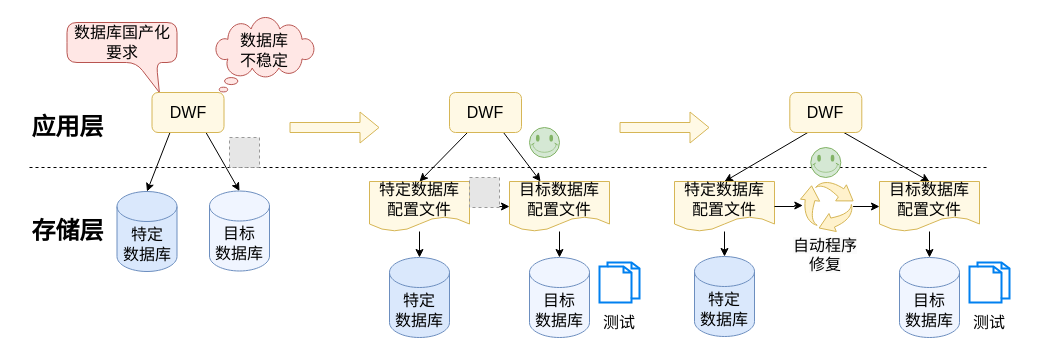
The draw.io diagram 开题报告/motivation.drawio in Olive-2019/drawio-source, before the edit. Source tidied: cells renumbered, new cells numbered last; positions are measured from the earlier drawing's top-left corner, leaving out a move shared by most shapes. Both pictures are drawn from the tidied source at 100%, with x=0, y=0 at pixel (17, 17). Pictures stored in the file or linked from it are replaced by grey dashed boxes.
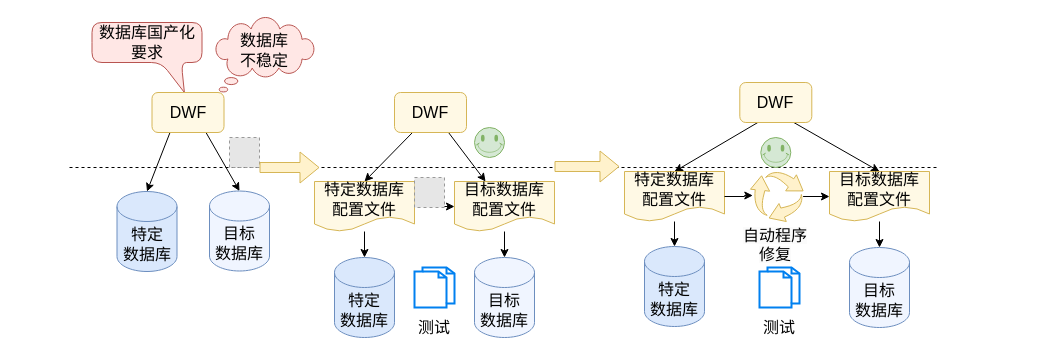
The same diagram, later.

Change to the diagram source:
```diff
@@
     <mxCell id="2" style="endArrow=none;dashed=1;html=1;rounded=0;" parent="1" edge="1">
       <mxGeometry relative="1" as="geometry">
-        <mxPoint x="12" y="150" as="sourcePoint" />
-        <mxPoint x="972" y="150" as="targetPoint" />
+        <mxPoint x="52" y="150" as="sourcePoint" />
+        <mxPoint x="922" y="150" as="targetPoint" />
       </mxGeometry>
     </mxCell>
@@
     <mxCell id="5" style="verticalLabelPosition=bottom;verticalAlign=top;html=1;shape=mxgraph.basic.smiley;fillColor=#d5e8d4;strokeColor=#82b366;" parent="1" vertex="1">
-      <mxGeometry x="512" y="110" width="30" height="30" as="geometry" />
+      <mxGeometry x="457" y="110" width="30" height="30" as="geometry" />
     </mxCell>
@@
     <mxCell id="11" value="特定&lt;div&gt;数据库&lt;/div&gt;" style="shape=cylinder3;whiteSpace=wrap;html=1;boundedLbl=1;backgroundOutline=1;size=15;fontSize=16;fillColor=#dae8fc;strokeColor=#6c8ebf;" parent="1" vertex="1">
-      <mxGeometry x="372" y="240" width="60" height="80" as="geometry" />
+      <mxGeometry x="317" y="240" width="60" height="80" as="geometry" />
     </mxCell>
     <mxCell id="12" value="&lt;div&gt;目标&lt;/div&gt;&lt;div&gt;数据库&lt;/div&gt;" style="shape=cylinder3;whiteSpace=wrap;html=1;boundedLbl=1;backgroundOutline=1;size=15;fontSize=16;fillColor=#F0F5FF;strokeColor=#6c8ebf;" parent="1" vertex="1">
-      <mxGeometry x="512" y="240" width="60" height="80" as="geometry" />
+      <mxGeometry x="457" y="240" width="60" height="80" as="geometry" />
     </mxCell>
@@
     <mxCell id="15" value="特定数据库&lt;div style=&quot;font-size: 16px;&quot;&gt;配置文件&lt;/div&gt;" style="shape=document;whiteSpace=wrap;html=1;boundedLbl=1;fontSize=16;fillColor=#FFF9E5;strokeColor=#d6b656;" parent="1" vertex="1">
-      <mxGeometry x="352" y="164" width="100" height="50" as="geometry" />
+      <mxGeometry x="297" y="164" width="100" height="50" as="geometry" />
     </mxCell>
@@
     <mxCell id="17" value="目标数据库&lt;div style=&quot;font-size: 16px;&quot;&gt;配置文件&lt;/div&gt;" style="shape=document;whiteSpace=wrap;html=1;boundedLbl=1;fontSize=16;fillColor=#FFF9E5;strokeColor=#d6b656;" parent="1" vertex="1">
-      <mxGeometry x="492" y="164" width="100" height="50" as="geometry" />
+      <mxGeometry x="437" y="164" width="100" height="50" as="geometry" />
     </mxCell>
     <mxCell id="18" style="fillColor=#E6E6E6;strokeColor=#999999;dashed=1;html=1;verticalAlign=top;verticalLabelPosition=bottom;labelBackgroundColor=#ffffff;" parent="1" vertex="1">
-      <mxGeometry x="452" y="160" width="30" height="30" as="geometry" />
+      <mxGeometry x="397" y="160" width="30" height="30" as="geometry" />
     </mxCell>
@@
     <mxCell id="20" value="&lt;span style=&quot;font-size: 16px;&quot;&gt;数据库国产化&lt;/span&gt;&lt;div&gt;&lt;span style=&quot;font-size: 16px;&quot;&gt;要求&lt;/span&gt;&lt;/div&gt;" style="shape=callout;whiteSpace=wrap;html=1;perimeter=calloutPerimeter;position2=0.84;size=30;position=0.63;rounded=1;fillColor=#FFE7E5;strokeColor=#b85450;" parent="1" vertex="1">
-      <mxGeometry x="49.5" y="5" width="110" height="70" as="geometry" />
+      <mxGeometry x="74.5" y="5" width="110" height="70" as="geometry" />
     </mxCell>
     <mxCell id="21" style="verticalLabelPosition=bottom;verticalAlign=top;html=1;shape=mxgraph.basic.smiley;fillColor=#d5e8d4;strokeColor=#82b366;" parent="1" vertex="1">
-      <mxGeometry x="793.3" y="130" width="30" height="30" as="geometry" />
+      <mxGeometry x="743.3" y="120" width="30" height="30" as="geometry" />
     </mxCell>
@@
     <mxCell id="24" value="特定&lt;div&gt;数据库&lt;/div&gt;" style="shape=cylinder3;whiteSpace=wrap;html=1;boundedLbl=1;backgroundOutline=1;size=15;fontSize=16;fillColor=#dae8fc;strokeColor=#6c8ebf;" parent="1" vertex="1">
-      <mxGeometry x="677" y="239" width="60" height="80" as="geometry" />
+      <mxGeometry x="627" y="229" width="60" height="80" as="geometry" />
     </mxCell>
     <mxCell id="25" value="&lt;div&gt;目标&lt;/div&gt;&lt;div&gt;数据库&lt;/div&gt;" style="shape=cylinder3;whiteSpace=wrap;html=1;boundedLbl=1;backgroundOutline=1;size=15;fontSize=16;fillColor=#F0F5FF;strokeColor=#6c8ebf;" parent="1" vertex="1">
-      <mxGeometry x="882" y="240" width="60" height="80" as="geometry" />
+      <mxGeometry x="832" y="230" width="60" height="80" as="geometry" />
     </mxCell>
@@
     <mxCell id="27" value="特定数据库&lt;div style=&quot;font-size: 16px;&quot;&gt;配置文件&lt;/div&gt;" style="shape=document;whiteSpace=wrap;html=1;boundedLbl=1;fontSize=16;fillColor=#FFF9E5;strokeColor=#d6b656;gradientColor=none;" parent="1" vertex="1">
-      <mxGeometry x="657" y="164" width="100" height="50" as="geometry" />
+      <mxGeometry x="607" y="154" width="100" height="50" as="geometry" />
     </mxCell>
@@
     <mxCell id="29" value="目标数据库&lt;div style=&quot;font-size: 16px;&quot;&gt;配置文件&lt;/div&gt;" style="shape=document;whiteSpace=wrap;html=1;boundedLbl=1;fontSize=16;fillColor=#FFF9E5;strokeColor=#d6b656;" parent="1" vertex="1">
-      <mxGeometry x="862" y="164" width="100" height="50" as="geometry" />
+      <mxGeometry x="812" y="154" width="100" height="50" as="geometry" />
     </mxCell>
@@
     <mxCell id="31" style="sketch=0;html=1;strokeColor=#d6b656;shadow=0;fillColor=#fff2cc;verticalAlign=top;labelPosition=center;verticalLabelPosition=bottom;shape=mxgraph.gcp2.arrow_cycle;" parent="1" vertex="1">
-      <mxGeometry x="783" y="164" width="52.6" height="50" as="geometry" />
+      <mxGeometry x="733" y="154" width="52.6" height="50" as="geometry" />
     </mxCell>
     <mxCell id="32" value="&#10;&lt;span style=&quot;color: rgb(0, 0, 0); font-family: Helvetica; font-size: 16px; font-style: normal; font-variant-ligatures: normal; font-variant-caps: normal; font-weight: 400; letter-spacing: normal; orphans: 2; text-align: center; text-indent: 0px; text-transform: none; widows: 2; word-spacing: 0px; -webkit-text-stroke-width: 0px; white-space: normal; background-color: rgb(251, 251, 251); text-decoration-thickness: initial; text-decoration-style: initial; text-decoration-color: initial; display: inline !important; float: none;&quot;&gt;自动程序修复&lt;/span&gt;&#10;&#10;" style="text;html=1;align=center;verticalAlign=middle;whiteSpace=wrap;rounded=0;" parent="1" vertex="1">
-      <mxGeometry x="768.3" y="220" width="80" height="50" as="geometry" />
+      <mxGeometry x="718.3" y="210" width="80" height="50" as="geometry" />
     </mxCell>
@@
     <mxCell id="35" value="&lt;span style=&quot;font-size: 16px;&quot;&gt;DWF&lt;/span&gt;" style="rounded=1;whiteSpace=wrap;html=1;fillColor=#FFF9E5;strokeColor=#d6b656;" parent="1" vertex="1">
-      <mxGeometry x="432" y="75" width="72" height="40" as="geometry" />
+      <mxGeometry x="377" y="75" width="72" height="40" as="geometry" />
     </mxCell>
     <mxCell id="36" value="&lt;span style=&quot;font-size: 16px;&quot;&gt;DWF&lt;/span&gt;" style="rounded=1;whiteSpace=wrap;html=1;fillColor=#FFF9E5;strokeColor=#d6b656;" parent="1" vertex="1">
-      <mxGeometry x="772.3" y="75" width="72" height="40" as="geometry" />
+      <mxGeometry x="722.3" y="65" width="72" height="40" as="geometry" />
     </mxCell>
     <mxCell id="37" style="group;" parent="1" vertex="1">
-      <mxGeometry x="942" y="245" width="60" height="75" as="geometry" />
+      <mxGeometry x="732" y="250" width="60" height="75" as="geometry" />
     </mxCell>
@@
     <mxCell id="40" style="group;" parent="1" vertex="1">
-      <mxGeometry x="572" y="245" width="60" height="75" as="geometry" />
+      <mxGeometry x="387" y="250" width="60" height="75" as="geometry" />
     </mxCell>
@@
-    <mxCell id="43" style="endArrow=classic;html=1;rounded=0;shape=flexArrow;fillColor=#FFF9E5;strokeColor=#d6b656;" parent="1" edge="1">
+    <mxCell id="43" style="endArrow=classic;html=1;rounded=0;shape=flexArrow;fillColor=#fff2cc;strokeColor=#d6b656;" parent="1" edge="1">
       <mxGeometry relative="1" as="geometry">
-        <mxPoint x="272" y="110" as="sourcePoint" />
-        <mxPoint x="362" y="110" as="targetPoint" />
+        <mxPoint x="242" y="150" as="sourcePoint" />
+        <mxPoint x="302" y="150" as="targetPoint" />
       </mxGeometry>
     </mxCell>
-    <mxCell id="44" style="endArrow=classic;html=1;rounded=0;shape=flexArrow;fillColor=#FFF9E5;strokeColor=#d6b656;" parent="1" edge="1">
+    <mxCell id="44" style="endArrow=classic;html=1;rounded=0;shape=flexArrow;fillColor=#fff2cc;strokeColor=#d6b656;" parent="1" edge="1">
       <mxGeometry relative="1" as="geometry">
-        <mxPoint x="602" y="110" as="sourcePoint" />
-        <mxPoint x="692" y="110" as="targetPoint" />
+        <mxPoint x="537" y="149" as="sourcePoint" />
+        <mxPoint x="602" y="149" as="targetPoint" />
       </mxGeometry>
     </mxCell>
-    <mxCell id="45" value="应用层" style="text;strokeColor=none;fillColor=none;html=1;fontSize=24;fontStyle=1;verticalAlign=middle;align=center;" parent="1" vertex="1">
-      <mxGeometry x="-0.5" y="90" width="100" height="40" as="geometry" />
-    </mxCell>
-    <mxCell id="46" value="存储层" style="text;strokeColor=none;fillColor=none;html=1;fontSize=24;fontStyle=1;verticalAlign=middle;align=center;" parent="1" vertex="1">
-      <mxGeometry x="-0.5" y="194" width="100" height="40" as="geometry" />
-    </mxCell>
```
